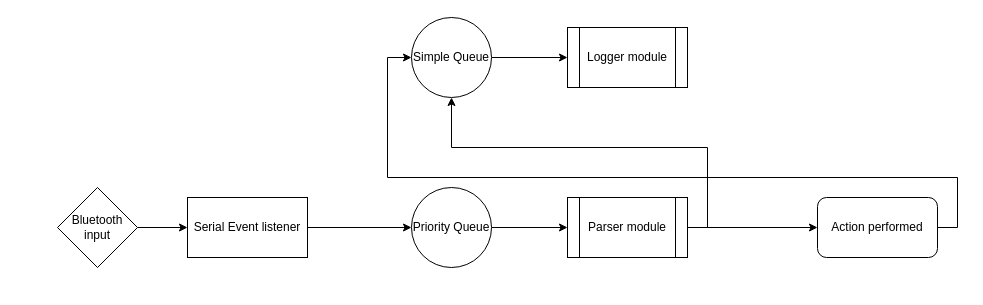
Before: Untitled Diagram.drawio in arjun1299/PancreasGUI, a draw.io diagram. Source tidied: cells renumbered, new cells numbered last; positions are measured from the earlier drawing's top-left corner, leaving out a move shared by most shapes. Both pictures are drawn from the tidied source at 100%, with x=0, y=0 at pixel (57, 17).
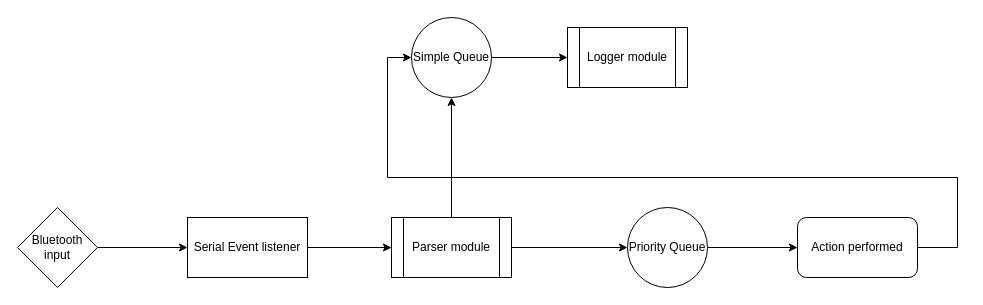
The same diagram, later.

What changed in the source:
```diff
@@
 <mxGraphModel>
   <root>
     <mxCell id="0" />
     <mxCell id="1" parent="0" />
     <mxCell id="2" value="Logger module" style="shape=process;whiteSpace=wrap;html=1;backgroundOutline=1;" parent="1" vertex="1">
       <mxGeometry x="510" y="10" width="120" height="60" as="geometry" />
     </mxCell>
+    <mxCell id="16" style="edgeStyle=orthogonalEdgeStyle;rounded=0;jettySize=auto;html=1;exitX=1;exitY=0.5;exitDx=0;exitDy=0;" parent="1" edge="1" source="5" target="7">
+      <mxGeometry relative="1" as="geometry" />
+    </mxCell>
-    <mxCell id="3" style="edgeStyle=orthogonalEdgeStyle;rounded=0;jettySize=auto;html=1;exitX=1;exitY=0.5;exitDx=0;exitDy=0;entryX=0.5;entryY=1;entryDx=0;entryDy=0;" parent="1" edge="1" source="5" target="9">
+    <mxCell id="3" style="edgeStyle=orthogonalEdgeStyle;rounded=0;jettySize=auto;html=1;exitX=0.5;exitY=0;exitDx=0;exitDy=0;entryX=0.5;entryY=1;entryDx=0;entryDy=0;" parent="1" edge="1" source="5" target="9">
       <mxGeometry relative="1" as="geometry" />
     </mxCell>
-    <mxCell id="4" style="edgeStyle=orthogonalEdgeStyle;rounded=0;jettySize=auto;html=1;exitX=1;exitY=0.5;exitDx=0;exitDy=0;" parent="1" edge="1" source="5" target="15">
-      <mxGeometry relative="1" as="geometry" />
-    </mxCell>
     <mxCell id="5" value="Parser module" style="shape=process;whiteSpace=wrap;html=1;backgroundOutline=1;" parent="1" vertex="1">
-      <mxGeometry x="510" y="180" width="120" height="60" as="geometry" />
+      <mxGeometry x="334" y="200" width="120" height="60" as="geometry" />
     </mxCell>
-    <mxCell id="6" style="edgeStyle=orthogonalEdgeStyle;rounded=0;jettySize=auto;html=1;exitX=1;exitY=0.5;exitDx=0;exitDy=0;" parent="1" edge="1" source="7" target="5">
-      <mxGeometry relative="1" as="geometry" />
-    </mxCell>
+    <mxCell id="17" style="edgeStyle=orthogonalEdgeStyle;rounded=0;jettySize=auto;html=1;exitX=1;exitY=0.5;exitDx=0;exitDy=0;" parent="1" edge="1" source="7" target="15">
+      <mxGeometry relative="1" as="geometry" />
+    </mxCell>
     <mxCell id="7" value="Priority Queue" style="ellipse;whiteSpace=wrap;html=1;" parent="1" vertex="1">
-      <mxGeometry x="354" y="170" width="80" height="80" as="geometry" />
+      <mxGeometry x="570" y="190" width="80" height="80" as="geometry" />
     </mxCell>
     <mxCell id="8" style="edgeStyle=orthogonalEdgeStyle;rounded=0;jettySize=auto;html=1;exitX=1;exitY=0.5;exitDx=0;exitDy=0;" parent="1" edge="1" source="9" target="2">
       <mxGeometry relative="1" as="geometry" />
     </mxCell>
     <mxCell id="9" value="Simple Queue" style="ellipse;whiteSpace=wrap;html=1;" parent="1" vertex="1">
       <mxGeometry x="354" width="80" height="80" as="geometry" />
     </mxCell>
     <mxCell id="10" style="edgeStyle=orthogonalEdgeStyle;rounded=0;jettySize=auto;html=1;exitX=1;exitY=0.5;exitDx=0;exitDy=0;entryX=0;entryY=0.5;entryDx=0;entryDy=0;" parent="1" edge="1" source="11" target="13">
       <mxGeometry relative="1" as="geometry" />
     </mxCell>
     <mxCell id="11" value="Bluetooth input" style="rhombus;whiteSpace=wrap;html=1;" parent="1" vertex="1">
-      <mxGeometry y="170" width="80" height="80" as="geometry" />
+      <mxGeometry x="-40" y="190" width="80" height="80" as="geometry" />
     </mxCell>
-    <mxCell id="12" style="edgeStyle=orthogonalEdgeStyle;rounded=0;jettySize=auto;html=1;exitX=1;exitY=0.5;exitDx=0;exitDy=0;" parent="1" edge="1" source="13" target="7">
-      <mxGeometry relative="1" as="geometry" />
-    </mxCell>
+    <mxCell id="18" style="edgeStyle=orthogonalEdgeStyle;rounded=0;jettySize=auto;html=1;exitX=1;exitY=0.5;exitDx=0;exitDy=0;entryX=0;entryY=0.5;entryDx=0;entryDy=0;" parent="1" edge="1" source="13" target="5">
+      <mxGeometry relative="1" as="geometry" />
+    </mxCell>
     <mxCell id="13" value="Serial Event listener" style="rounded=0;whiteSpace=wrap;html=1;" parent="1" vertex="1">
-      <mxGeometry x="130" y="180" width="120" height="60" as="geometry" />
+      <mxGeometry x="130" y="200" width="120" height="60" as="geometry" />
     </mxCell>
     <mxCell id="14" style="edgeStyle=orthogonalEdgeStyle;rounded=0;jettySize=auto;html=1;exitX=1;exitY=0.5;exitDx=0;exitDy=0;entryX=0;entryY=0.5;entryDx=0;entryDy=0;" parent="1" edge="1" source="15" target="9">
       <mxGeometry relative="1" as="geometry">
         <Array as="points">
-          <mxPoint x="900" y="210" />
+          <mxPoint x="900" y="230" />
           <mxPoint x="900" y="160" />
           <mxPoint x="330" y="160" />
           <mxPoint x="330" y="40" />
         </Array>
       </mxGeometry>
     </mxCell>
     <mxCell id="15" value="Action performed" style="rounded=1;whiteSpace=wrap;html=1;" parent="1" vertex="1">
-      <mxGeometry x="760" y="180" width="120" height="60" as="geometry" />
+      <mxGeometry x="740" y="200" width="120" height="60" as="geometry" />
     </mxCell>
   </root>
 </mxGraphModel>
```
